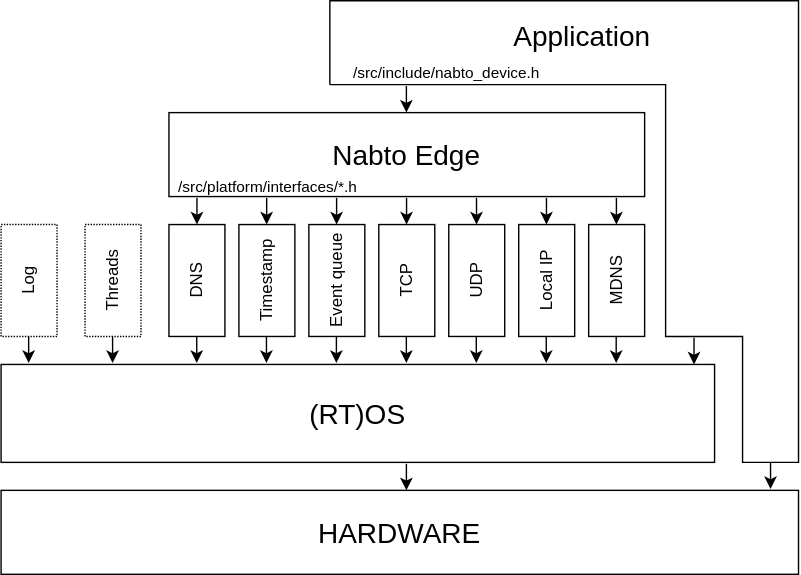
Above: doc/images/platform_integration_overview.svg in nabto/nabto-embedded-sdk (draw.io), before the change. Source tidied: cells renumbered, new cells last; positions are measured from the earlier drawing's top-left corner, leaving out a move shared by most shapes.
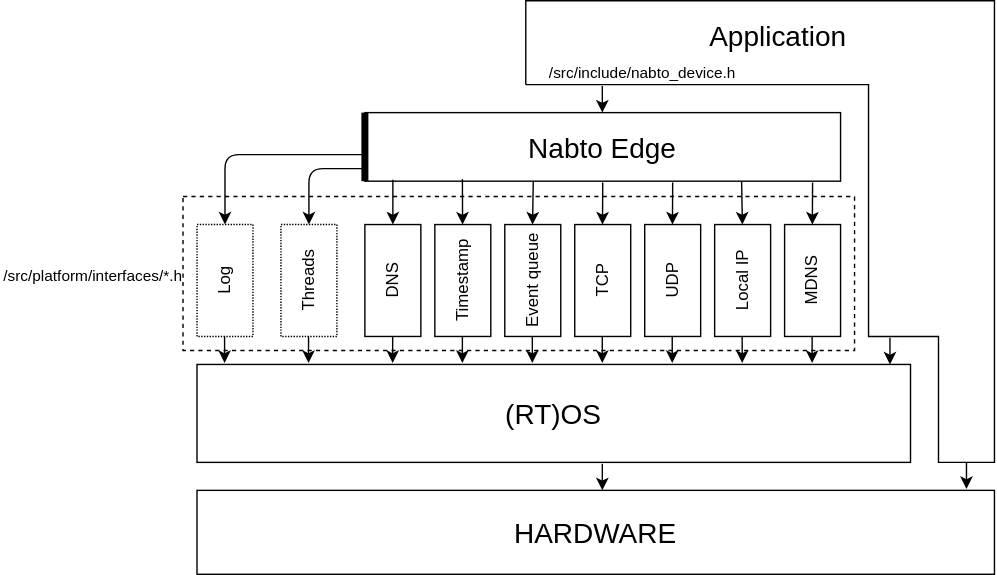
Above is the later version.

Change to the diagram source:
```diff
@@ -2,8 +2,11 @@
   <root>
     <mxCell id="0" />
     <mxCell id="1" parent="0" />
+    <mxCell id="38" style="rounded=0;whiteSpace=wrap;html=1;fillColor=none;dashed=1;" parent="1" vertex="1">
+      <mxGeometry x="-10" y="140" width="480" height="110" as="geometry" />
+    </mxCell>
     <mxCell id="2" value="&lt;font style=&quot;font-size: 20px&quot;&gt;Nabto Edge&lt;/font&gt;" style="rounded=0;whiteSpace=wrap;html=1;" parent="1" vertex="1">
-      <mxGeometry x="120" y="80" width="340" height="60" as="geometry" />
+      <mxGeometry x="120" y="80" width="340" height="49" as="geometry" />
     </mxCell>
     <mxCell id="3" value="DNS" style="rounded=0;whiteSpace=wrap;html=1;rotation=0;horizontal=0;" parent="1" vertex="1">
       <mxGeometry x="120" y="160" width="40" height="80" as="geometry" />
@@ -28,42 +31,39 @@
     </mxCell>
     <mxCell id="10" style="endArrow=classic;html=1;entryX=0.5;entryY=0;entryDx=0;entryDy=0;" parent="1" edge="1" target="3">
       <mxGeometry relative="1" as="geometry">
-        <mxPoint x="140" y="141" as="sourcePoint" />
+        <mxPoint x="140" y="128" as="sourcePoint" />
       </mxGeometry>
     </mxCell>
-    <mxCell id="11" style="endArrow=classic;html=1;entryX=0.5;entryY=0;entryDx=0;entryDy=0;" parent="1" edge="1">
+    <mxCell id="11" style="endArrow=classic;html=1;entryX=0.5;entryY=0;entryDx=0;entryDy=0;exitX=0.205;exitY=0.973;exitDx=0;exitDy=0;exitPerimeter=0;" parent="1" edge="1" source="2">
       <mxGeometry relative="1" as="geometry">
-        <mxPoint x="189.8" y="141" as="sourcePoint" />
         <mxPoint x="189.8" y="160" as="targetPoint" />
       </mxGeometry>
     </mxCell>
-    <mxCell id="12" style="endArrow=classic;html=1;entryX=0.5;entryY=0;entryDx=0;entryDy=0;" parent="1" edge="1">
+    <mxCell id="12" style="endArrow=classic;html=1;entryX=0.5;entryY=0;entryDx=0;entryDy=0;exitX=0.354;exitY=1;exitDx=0;exitDy=0;exitPerimeter=0;" parent="1" edge="1" source="2">
       <mxGeometry relative="1" as="geometry">
-        <mxPoint x="239.8" y="141" as="sourcePoint" />
         <mxPoint x="239.8" y="160" as="targetPoint" />
       </mxGeometry>
     </mxCell>
     <mxCell id="13" style="endArrow=classic;html=1;entryX=0.5;entryY=0;entryDx=0;entryDy=0;" parent="1" edge="1">
       <mxGeometry relative="1" as="geometry">
-        <mxPoint x="289.8" y="141" as="sourcePoint" />
+        <mxPoint x="290" y="130" as="sourcePoint" />
         <mxPoint x="289.8" y="160" as="targetPoint" />
       </mxGeometry>
     </mxCell>
     <mxCell id="14" style="endArrow=classic;html=1;entryX=0.5;entryY=0;entryDx=0;entryDy=0;" parent="1" edge="1">
       <mxGeometry relative="1" as="geometry">
-        <mxPoint x="339.8" y="141" as="sourcePoint" />
+        <mxPoint x="340" y="130" as="sourcePoint" />
         <mxPoint x="339.8" y="160" as="targetPoint" />
       </mxGeometry>
     </mxCell>
-    <mxCell id="15" style="endArrow=classic;html=1;entryX=0.5;entryY=0;entryDx=0;entryDy=0;" parent="1" edge="1">
+    <mxCell id="15" style="endArrow=classic;html=1;entryX=0.5;entryY=0;entryDx=0;entryDy=0;exitX=0.792;exitY=1;exitDx=0;exitDy=0;exitPerimeter=0;" parent="1" edge="1" source="2">
       <mxGeometry relative="1" as="geometry">
-        <mxPoint x="389.8" y="141" as="sourcePoint" />
         <mxPoint x="389.8" y="160" as="targetPoint" />
       </mxGeometry>
     </mxCell>
     <mxCell id="16" style="endArrow=classic;html=1;entryX=0.5;entryY=0;entryDx=0;entryDy=0;" parent="1" edge="1">
       <mxGeometry relative="1" as="geometry">
-        <mxPoint x="439.8" y="141" as="sourcePoint" />
+        <mxPoint x="440" y="130" as="sourcePoint" />
         <mxPoint x="439.8" y="160" as="targetPoint" />
       </mxGeometry>
     </mxCell>
@@ -120,8 +120,8 @@
         <mxPoint x="235" y="60" as="sourcePoint" />
         <mxPoint x="235" y="60" as="targetPoint" />
         <Array as="points">
-          <mxPoint x="475" y="60" />
-          <mxPoint x="475" y="240" />
+          <mxPoint x="480" y="60" />
+          <mxPoint x="480" y="240" />
           <mxPoint x="530" y="240" />
           <mxPoint x="530" y="330" />
           <mxPoint x="570" y="330" />
@@ -155,7 +155,7 @@
       <mxGeometry x="250" y="35" width="150" height="30" as="geometry" />
     </mxCell>
     <mxCell id="32" value="&lt;font style=&quot;font-size: 11px&quot;&gt;/src/platform/interfaces/*.h&lt;/font&gt;" style="text;html=1;align=left;verticalAlign=middle;fontSize=15;labelPosition=center;verticalLabelPosition=middle;" parent="1" vertex="1">
-      <mxGeometry x="125" y="116" width="140" height="30" as="geometry" />
+      <mxGeometry x="-140" y="180" width="140" height="30" as="geometry" />
     </mxCell>
     <mxCell id="33" value="Threads" style="rounded=0;whiteSpace=wrap;html=1;rotation=0;horizontal=0;dashed=1;dashPattern=1 1;" parent="1" vertex="1">
       <mxGeometry x="60" y="160" width="40" height="80" as="geometry" />
@@ -181,5 +181,22 @@
         <mxPoint x="495.3" y="260" as="targetPoint" />
       </mxGeometry>
     </mxCell>
+    <mxCell id="39" style="endArrow=none;html=1;entryX=0;entryY=0;entryDx=0;entryDy=0;exitX=0;exitY=1;exitDx=0;exitDy=0;strokeWidth=5;" parent="1" edge="1" source="2" target="2">
+      <mxGeometry relative="1" as="geometry">
+        <Array as="points">
+          <mxPoint x="120" y="110" />
+        </Array>
+      </mxGeometry>
+    </mxCell>
+    <mxCell id="40" style="endArrow=classic;html=1;strokeWidth=1;edgeStyle=orthogonalEdgeStyle;entryX=0.5;entryY=0;entryDx=0;entryDy=0;" parent="1" edge="1" target="34">
+      <mxGeometry relative="1" as="geometry">
+        <mxPoint x="120" y="110" as="sourcePoint" />
+      </mxGeometry>
+    </mxCell>
+    <mxCell id="41" style="endArrow=classic;html=1;strokeWidth=1;edgeStyle=orthogonalEdgeStyle;entryX=0.5;entryY=0;entryDx=0;entryDy=0;" parent="1" edge="1" target="33">
+      <mxGeometry relative="1" as="geometry">
+        <mxPoint x="120" y="120" as="sourcePoint" />
+      </mxGeometry>
+    </mxCell>
   </root>
 </mxGraphModel>
```
